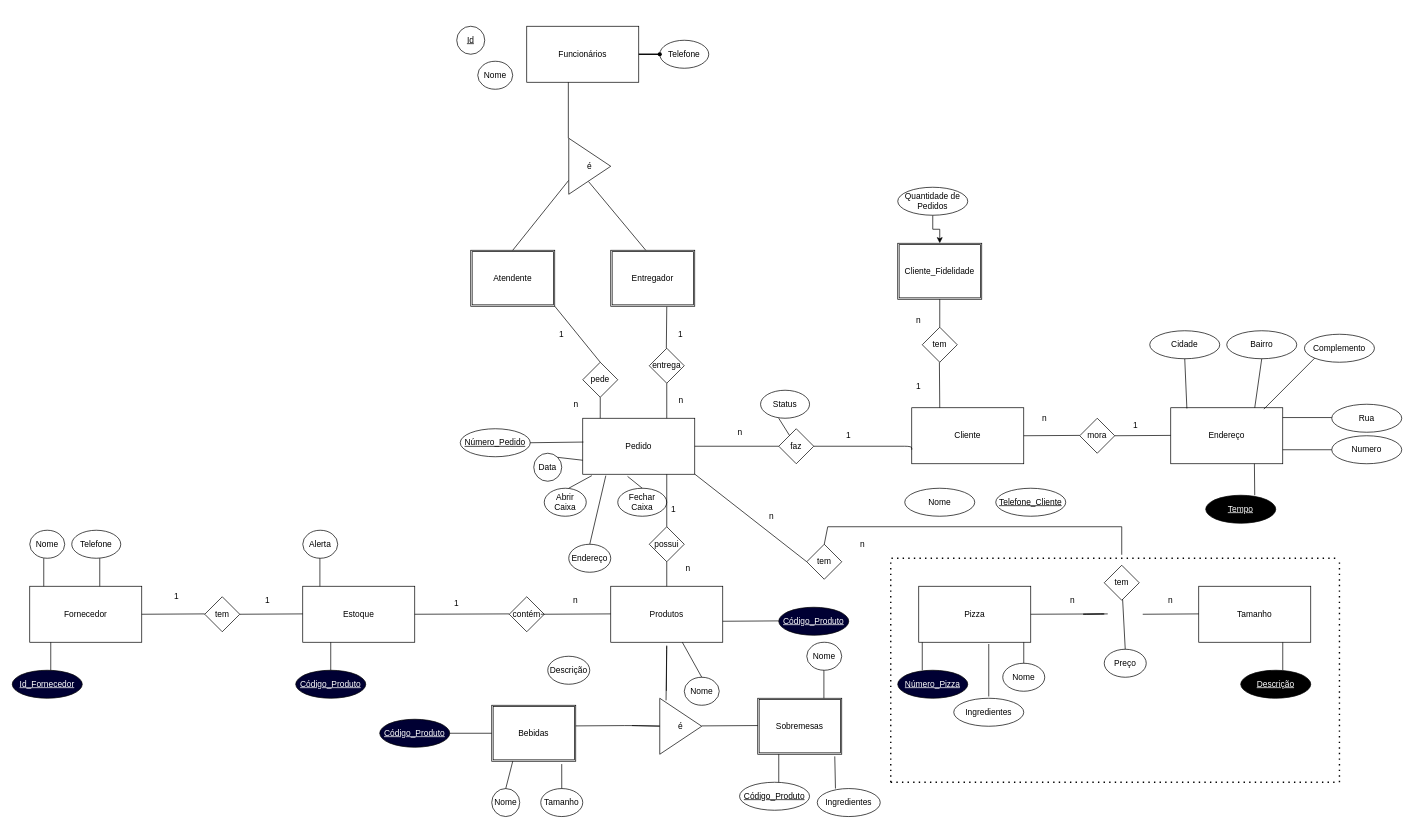
This is MER APSBD1.drawio from yangsouza/BD1, a draw.io file, before an edit. Source tidied: cells renumbered, new cells numbered last; positions are measured from the earlier drawing's top-left corner, leaving out a move shared by most shapes. Both pictures are drawn from the tidied source at 70%, with x=0, y=0 at pixel (12, 26).
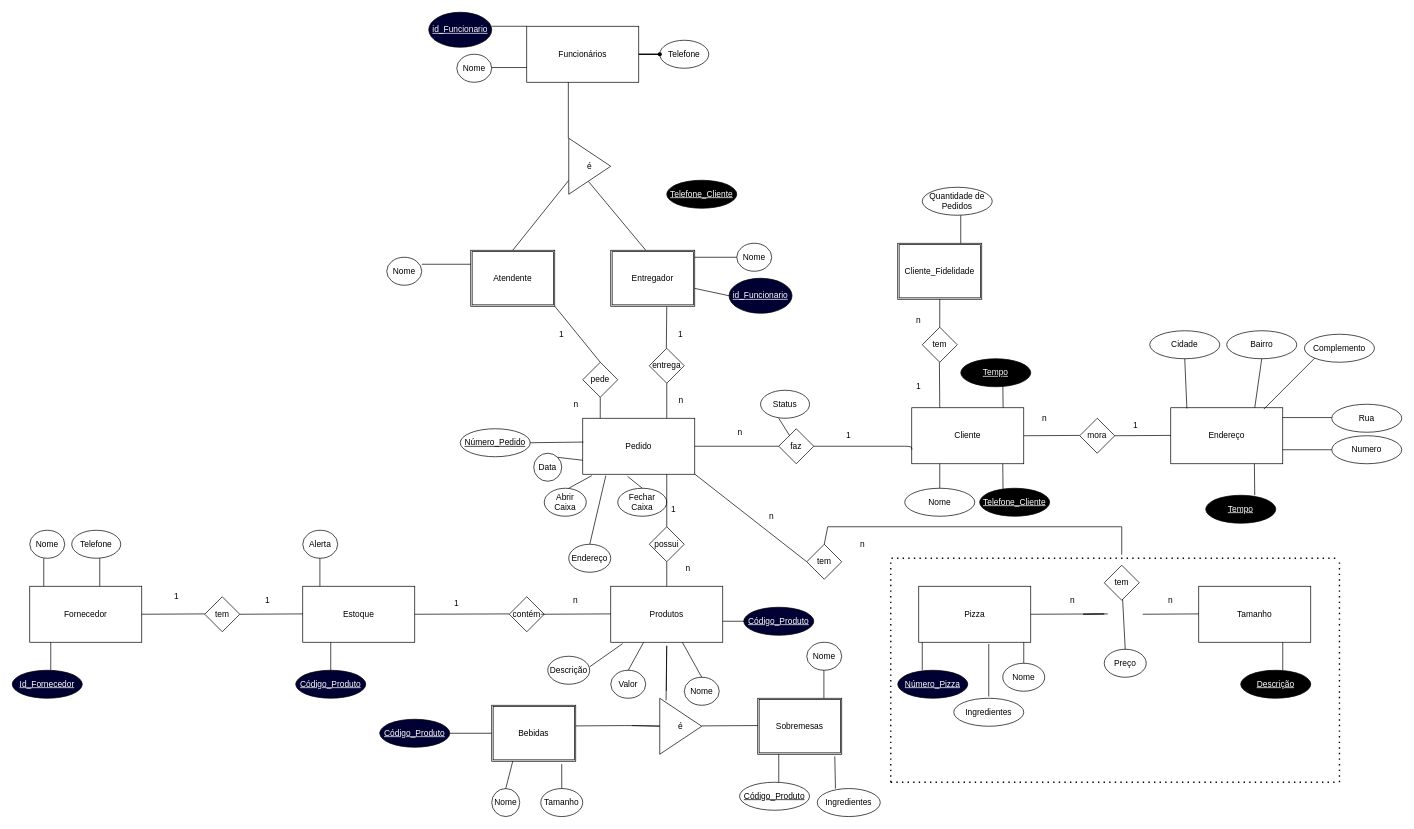
The same diagram, later.

Unchanged cells that the change refers to:
```xml
<mxCell id="2" value="Funcionários" style="rounded=0;whiteSpace=wrap;html=1;" parent="1" vertex="1">
  <mxGeometry x="735" width="160" height="80" as="geometry" />
</mxCell>
<mxCell id="9" value="Cliente" style="rounded=0;whiteSpace=wrap;html=1;" parent="1" vertex="1">
  <mxGeometry x="1285" y="545" width="160" height="80" as="geometry" />
</mxCell>
<mxCell id="10" value="Produtos" style="rounded=0;whiteSpace=wrap;html=1;" parent="1" vertex="1">
  <mxGeometry x="855" y="800" width="160" height="80" as="geometry" />
</mxCell>
<mxCell id="18" value="Nome" style="ellipse;whiteSpace=wrap;html=1;align=center;" parent="1" vertex="1">
  <mxGeometry x="1275" y="660" width="100" height="40" as="geometry" />
</mxCell>
<mxCell id="23" value="Cliente_Fidelidade" style="shape=ext;double=1;rounded=0;whiteSpace=wrap;html=1;" parent="1" vertex="1">
  <mxGeometry x="1265" y="310" width="120" height="80" as="geometry" />
</mxCell>
```

Diff of the diagram source:
```diff
@@
-    <mxCell id="19" value="Telefone_Cliente" style="ellipse;whiteSpace=wrap;html=1;align=center;fontStyle=4;" parent="1" vertex="1">
-      <mxGeometry x="1405" y="660" width="100" height="40" as="geometry" />
+    <mxCell id="19" value="Telefone_Cliente" style="ellipse;whiteSpace=wrap;html=1;align=center;fontStyle=4;fontColor=#FFFFFF;fillColor=#000000;" parent="1" vertex="1">
+      <mxGeometry x="1382" y="660" width="100" height="40" as="geometry" />
     </mxCell>
@@
-    <mxCell id="24" style="edgeStyle=orthogonalEdgeStyle;rounded=0;jettySize=auto;html=1;" parent="1" edge="1" source="25" target="23">
-      <mxGeometry relative="1" as="geometry" />
-    </mxCell>
     <mxCell id="25" value="Quantidade de Pedidos" style="ellipse;whiteSpace=wrap;html=1;align=center;" parent="1" vertex="1">
-      <mxGeometry x="1265" y="230" width="100" height="40" as="geometry" />
+      <mxGeometry x="1300" y="230" width="100" height="40" as="geometry" />
     </mxCell>
@@
     <mxCell id="27" value="Código_Produto" style="ellipse;whiteSpace=wrap;html=1;align=center;fontStyle=4;fillColor=#000033;fontColor=#FFFFFF;" parent="1" vertex="1">
-      <mxGeometry x="1095" y="830" width="100" height="40" as="geometry" />
+      <mxGeometry x="1045" y="830" width="100" height="40" as="geometry" />
     </mxCell>
@@
-    <mxCell id="74" value="Id" style="ellipse;whiteSpace=wrap;html=1;align=center;fontStyle=4;" parent="1" vertex="1">
-      <mxGeometry x="635" width="40" height="40" as="geometry" />
+    <mxCell id="74" value="id_Funcionario" style="ellipse;whiteSpace=wrap;html=1;align=center;fontStyle=4;fillColor=#000033;fontColor=#FFFFFF;" parent="1" vertex="1">
+      <mxGeometry x="595" y="-20" width="90" height="50" as="geometry" />
     </mxCell>
@@
     <mxCell id="76" value="Nome" style="ellipse;whiteSpace=wrap;html=1;align=center;" parent="1" vertex="1">
-      <mxGeometry x="665" y="50" width="50" height="40" as="geometry" />
+      <mxGeometry x="635" y="40" width="50" height="40" as="geometry" />
     </mxCell>
@@
-    <mxCell id="131" style="endArrow=none;html=1;exitX=0;exitY=0.5;exitDx=0;exitDy=0;" parent="1" edge="1">
+    <mxCell id="131" style="endArrow=none;html=1;exitX=0;exitY=0.5;exitDx=0;exitDy=0;" parent="1" edge="1" source="27">
       <mxGeometry relative="1" as="geometry">
-        <mxPoint x="1095" y="849.5" as="sourcePoint" />
         <mxPoint x="1015" y="850" as="targetPoint" />
         <Array as="points">
-          <mxPoint x="1095" y="849.5" />
+          <mxPoint x="1055" y="850" />
         </Array>
       </mxGeometry>
     </mxCell>
@@
+    <mxCell id="151" style="endArrow=none;html=1;entryX=0.75;entryY=1;entryDx=0;entryDy=0;" parent="1" edge="1">
+      <mxGeometry relative="1" as="geometry">
+        <mxPoint x="1415.5" y="670" as="sourcePoint" />
+        <mxPoint x="1415" y="625" as="targetPoint" />
+      </mxGeometry>
+    </mxCell>
+    <mxCell id="152" style="endArrow=none;html=1;entryX=0.25;entryY=1;entryDx=0;entryDy=0;exitX=0.5;exitY=0;exitDx=0;exitDy=0;" parent="1" edge="1" source="18" target="9">
+      <mxGeometry relative="1" as="geometry" />
+    </mxCell>
+    <mxCell id="153" value="Tempo" style="ellipse;whiteSpace=wrap;html=1;align=center;fontStyle=4;fontColor=#FFFFFF;fillColor=#000000;" parent="1" vertex="1">
+      <mxGeometry x="1355" y="475" width="100" height="40" as="geometry" />
+    </mxCell>
+    <mxCell id="154" style="endArrow=none;html=1;entryX=0.75;entryY=1;entryDx=0;entryDy=0;" parent="1" edge="1">
+      <mxGeometry relative="1" as="geometry">
+        <mxPoint x="1415.5" y="545" as="sourcePoint" />
+        <mxPoint x="1415" y="500" as="targetPoint" />
+      </mxGeometry>
+    </mxCell>
+    <mxCell id="155" style="endArrow=none;html=1;entryX=0.75;entryY=1;entryDx=0;entryDy=0;exitX=0.106;exitY=1.025;exitDx=0;exitDy=0;exitPerimeter=0;" parent="1" edge="1" source="10">
+      <mxGeometry relative="1" as="geometry">
+        <mxPoint x="825" y="915" as="targetPoint" />
+      </mxGeometry>
+    </mxCell>
+    <mxCell id="156" style="endArrow=none;html=1;entryX=0.5;entryY=0;entryDx=0;entryDy=0;exitX=0.106;exitY=1.025;exitDx=0;exitDy=0;exitPerimeter=0;" parent="1" edge="1" target="157">
+      <mxGeometry relative="1" as="geometry">
+        <mxPoint x="902" y="880" as="sourcePoint" />
+      </mxGeometry>
+    </mxCell>
+    <mxCell id="157" value="Valor" style="ellipse;whiteSpace=wrap;html=1;align=center;" parent="1" vertex="1">
+      <mxGeometry x="855" y="920" width="50" height="40" as="geometry" />
+    </mxCell>
+    <mxCell id="158" style="endArrow=none;html=1;exitX=0.5;exitY=0;exitDx=0;exitDy=0;" parent="1" edge="1">
+      <mxGeometry relative="1" as="geometry">
+        <mxPoint x="1355" y="310" as="sourcePoint" />
+        <mxPoint x="1355" y="270" as="targetPoint" />
+        <Array as="points">
+          <mxPoint x="1355" y="270" />
+        </Array>
+      </mxGeometry>
+    </mxCell>
+    <mxCell id="159" style="endArrow=none;html=1;exitX=0;exitY=0;exitDx=0;exitDy=0;" parent="1" edge="1" source="2">
+      <mxGeometry relative="1" as="geometry">
+        <mxPoint x="685" as="targetPoint" />
+      </mxGeometry>
+    </mxCell>
+    <mxCell id="160" style="endArrow=none;html=1;exitX=0;exitY=0;exitDx=0;exitDy=0;" parent="1" edge="1">
+      <mxGeometry relative="1" as="geometry">
+        <mxPoint x="735" y="59" as="sourcePoint" />
+        <mxPoint x="685" y="59" as="targetPoint" />
+      </mxGeometry>
+    </mxCell>
+    <mxCell id="161" value="Telefone_Cliente" style="ellipse;whiteSpace=wrap;html=1;align=center;fontStyle=4;fontColor=#FFFFFF;fillColor=#000000;" parent="1" vertex="1">
+      <mxGeometry x="935" y="220" width="100" height="40" as="geometry" />
+    </mxCell>
+    <mxCell id="162" value="Nome" style="ellipse;whiteSpace=wrap;html=1;align=center;" parent="1" vertex="1">
+      <mxGeometry x="1035" y="310" width="50" height="40" as="geometry" />
+    </mxCell>
+    <mxCell id="163" value="Nome" style="ellipse;whiteSpace=wrap;html=1;align=center;" parent="1" vertex="1">
+      <mxGeometry x="535" y="330" width="50" height="40" as="geometry" />
+    </mxCell>
+    <mxCell id="164" value="id_Funcionario" style="ellipse;whiteSpace=wrap;html=1;align=center;fontStyle=4;fillColor=#000033;fontColor=#FFFFFF;" parent="1" vertex="1">
+      <mxGeometry x="1024" y="360" width="90" height="50" as="geometry" />
+    </mxCell>
+    <mxCell id="165" style="endArrow=none;html=1;exitX=0;exitY=0.5;exitDx=0;exitDy=0;" parent="1" edge="1" source="162">
+      <mxGeometry relative="1" as="geometry">
+        <mxPoint x="975" y="330" as="targetPoint" />
+      </mxGeometry>
+    </mxCell>
+    <mxCell id="166" style="endArrow=none;html=1;exitX=0;exitY=0.5;exitDx=0;exitDy=0;" parent="1" edge="1" source="164">
+      <mxGeometry relative="1" as="geometry">
+        <mxPoint x="975" y="374.5" as="targetPoint" />
+      </mxGeometry>
+    </mxCell>
+    <mxCell id="167" style="endArrow=none;html=1;exitX=0;exitY=0;exitDx=0;exitDy=0;entryX=1;entryY=0.25;entryDx=0;entryDy=0;entryPerimeter=0;" parent="1" edge="1" target="163">
+      <mxGeometry relative="1" as="geometry">
+        <mxPoint x="655" y="340" as="sourcePoint" />
+      </mxGeometry>
+    </mxCell>
```
